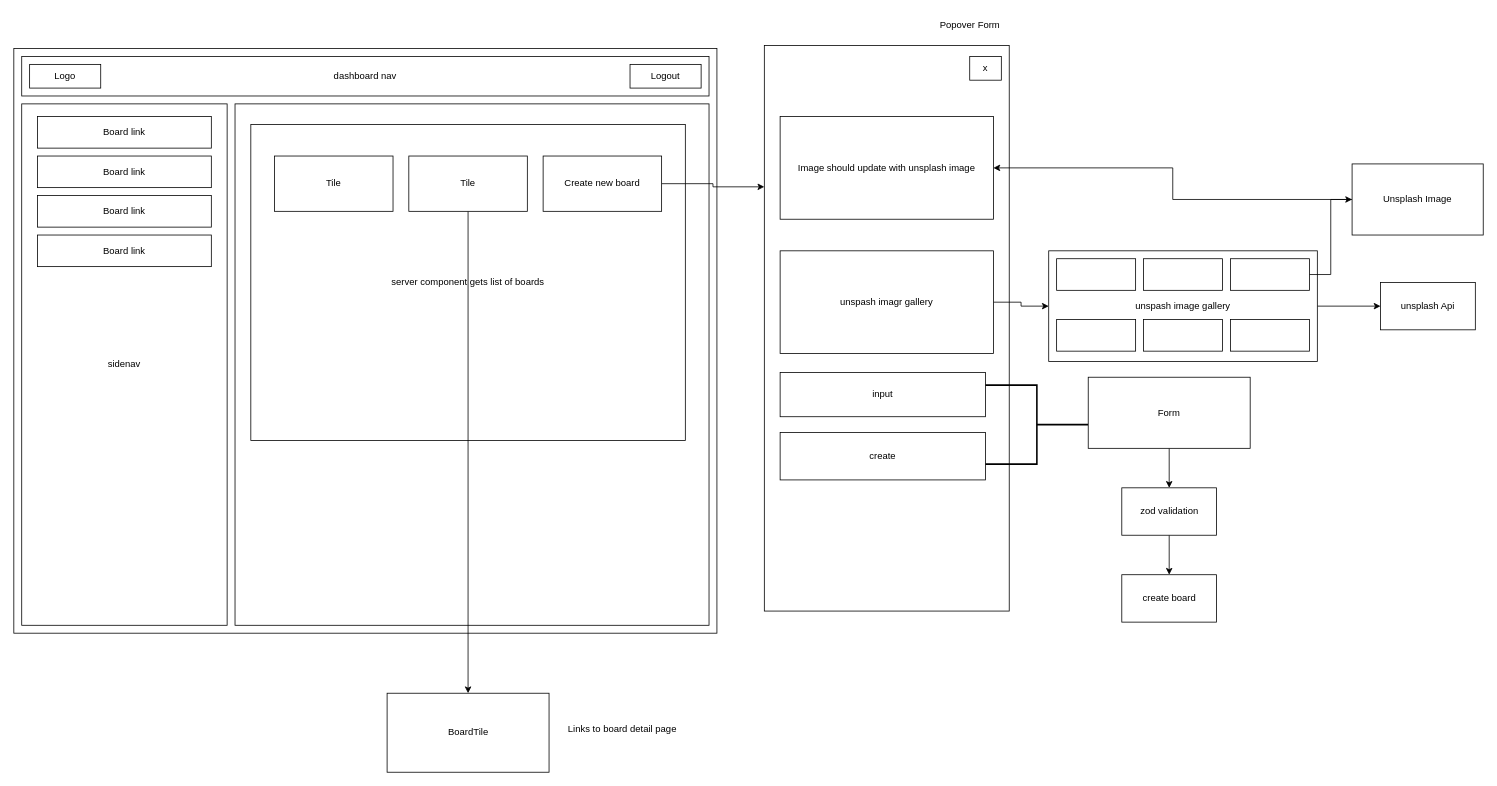
The draw.io diagram page "Boards Page" (3 of 4) of public/Untitled Diagram.drawio in eric-nichols-nyc/trellnode, before the edit. Source tidied: cells renumbered, new cells numbered last; positions are measured from the earlier drawing's top-left corner, leaving out a move shared by most shapes. Both pictures are drawn from the tidied source at 79%, with x=0, y=0 at pixel (13, 13).
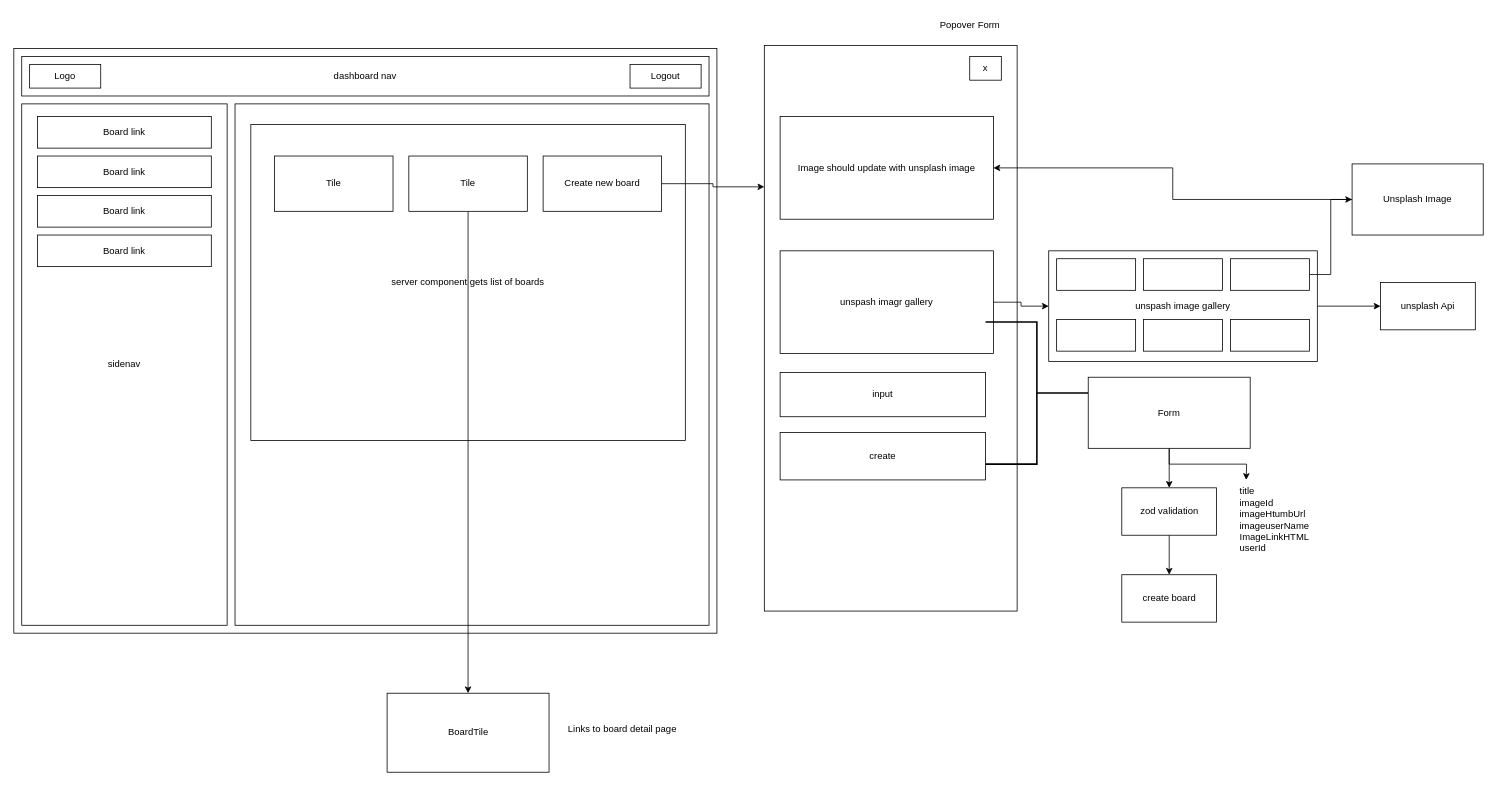
Above is the later version.

Unchanged cells that the change refers to:
```xml
<mxCell id="17" value="Form" style="rounded=0;whiteSpace=wrap;html=1;" parent="1" vertex="1">
  <mxGeometry x="1360" y="460" width="205" height="90" as="geometry" />
</mxCell>
```

Diff of the diagram source:
```diff
@@
     <mxCell id="6" style="rounded=0;whiteSpace=wrap;html=1;" parent="1" vertex="1">
-      <mxGeometry x="950" y="40" width="310" height="716" as="geometry" />
+      <mxGeometry x="950" y="40" width="320" height="716" as="geometry" />
     </mxCell>
@@
     <mxCell id="15" style="strokeWidth=2;html=1;shape=mxgraph.flowchart.annotation_2;align=left;labelPosition=right;rotation=-180;" parent="1" vertex="1">
-      <mxGeometry x="1230" y="470" width="130" height="100" as="geometry" />
+      <mxGeometry x="1230" y="390" width="130" height="180" as="geometry" />
     </mxCell>
@@
+    <mxCell id="46" style="edgeStyle=orthogonalEdgeStyle;rounded=0;jettySize=auto;html=1;" parent="1" edge="1" source="17">
+      <mxGeometry relative="1" as="geometry">
+        <mxPoint x="1560" y="590" as="targetPoint" />
+      </mxGeometry>
+    </mxCell>
@@
+    <mxCell id="47" value="title&lt;br&gt;imageId&lt;br&gt;imageHtumbUrl&lt;br&gt;imageuserName&lt;br&gt;ImageLinkHTML&lt;br&gt;userId" style="text;html=1;align=left;verticalAlign=middle;strokeColor=none;fillColor=none;" parent="1" vertex="1">
+      <mxGeometry x="1550" y="590" width="110" height="100" as="geometry" />
+    </mxCell>
```
